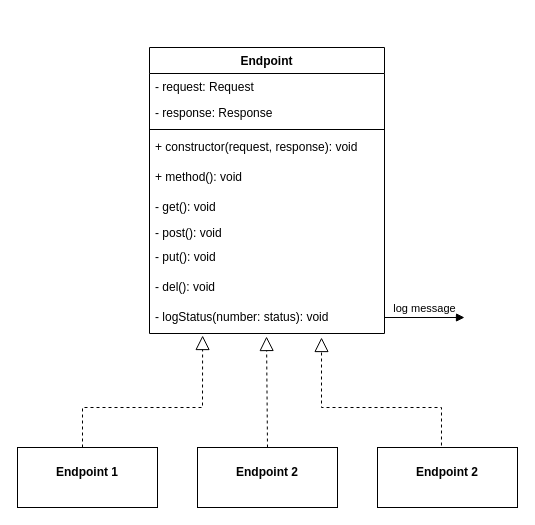
Earlier version of the draw.io diagram docs/endpoints.drawio (syr0s/tubester-restful-api). Source tidied: cells renumbered, new cells numbered last; positions are measured from the earlier drawing's top-left corner, leaving out a move shared by most shapes. Both pictures are drawn from the tidied source at 100%, with x=0, y=0 at pixel (17, 47).
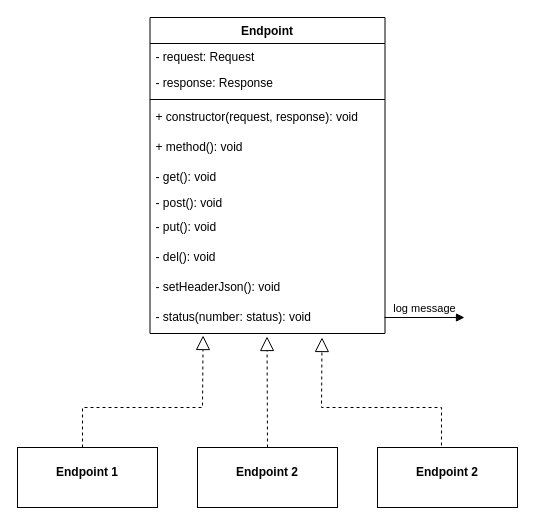
The same diagram, later.

Diff of the diagram source:
```diff
@@
     <mxCell id="2" value="Endpoint" style="swimlane;fontStyle=1;align=center;verticalAlign=top;horizontal=1;startSize=26;" parent="1" vertex="1">
-      <mxGeometry x="132" width="235" height="286" as="geometry" />
+      <mxGeometry x="132.5" y="-30" width="235" height="316" as="geometry" />
     </mxCell>
@@
+    <mxCell id="20" value="- setHeaderJson(): void" style="text;strokeColor=none;fillColor=none;align=left;verticalAlign=top;spacingLeft=4;spacingRight=4;overflow=hidden;" parent="2" vertex="1">
+      <mxGeometry y="256" width="235" height="30" as="geometry" />
+    </mxCell>
-    <mxCell id="12" value="- logStatus(number: status): void" style="text;strokeColor=none;fillColor=none;align=left;verticalAlign=top;spacingLeft=4;spacingRight=4;overflow=hidden;points=[[0,0.5],[1,0.5]];portConstraint=eastwest;" parent="2" vertex="1">
-      <mxGeometry y="256" width="235" height="30" as="geometry" />
+    <mxCell id="12" value="- status(number: status): void" style="text;strokeColor=none;fillColor=none;align=left;verticalAlign=top;spacingLeft=4;spacingRight=4;overflow=hidden;points=[[0,0.5],[1,0.5]];portConstraint=eastwest;" parent="2" vertex="1">
+      <mxGeometry y="286" width="235" height="30" as="geometry" />
     </mxCell>
```
